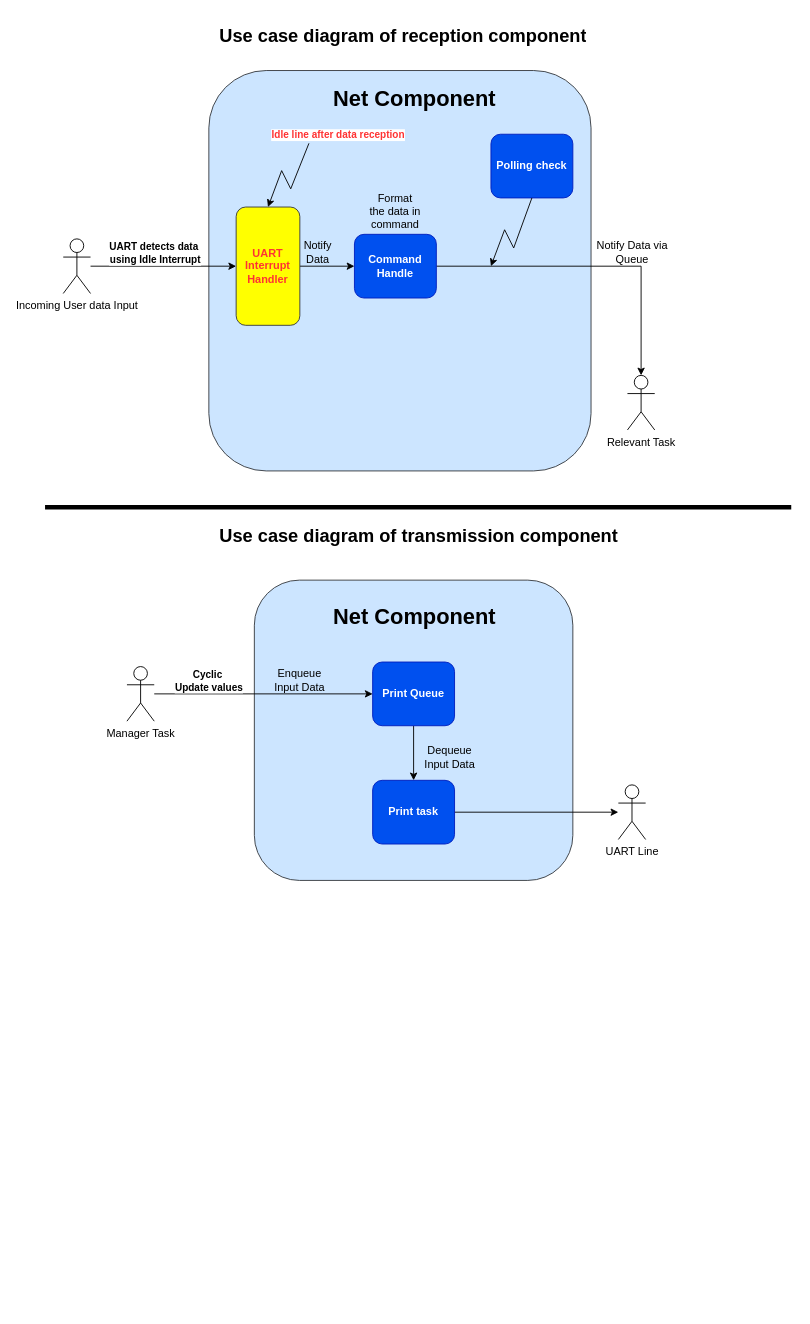
Earlier version of the draw.io diagram resource/Exercise6_AD_Static.drawio (HuynhKhuong/RTOSStudy). Source tidied: cells renumbered, new cells numbered last; positions are measured from the earlier drawing's top-left corner, leaving out a move shared by most shapes. Both pictures are drawn from the tidied source at 91%, with x=0, y=0 at pixel (45, 15).
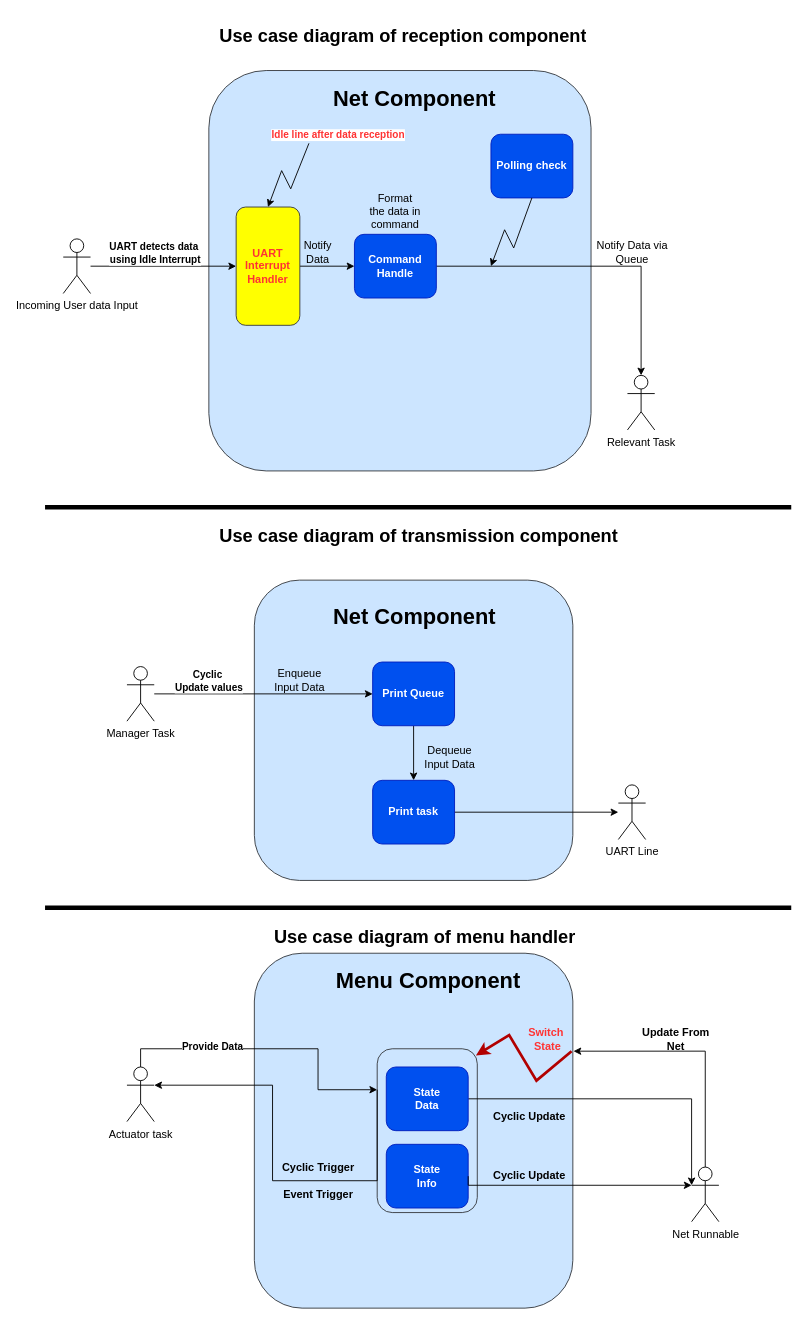
Above is the later version.

Commit message:
Usecase Diagram of Menu Component

The edit, as a diff of the source:
```diff
@@
+    <mxCell id="34" style="rounded=1;whiteSpace=wrap;html=1;fillColor=#cce5ff;strokeColor=#36393d;" parent="1" vertex="1">
+      <mxGeometry x="230" y="1030" width="350" height="390" as="geometry" />
+    </mxCell>
+    <mxCell id="35" style="rounded=1;whiteSpace=wrap;html=1;fillColor=#cce5ff;strokeColor=#36393d;" parent="1" vertex="1">
+      <mxGeometry x="365" y="1135" width="110" height="180" as="geometry" />
+    </mxCell>
@@
+    <mxCell id="36" value="&lt;b&gt;State&lt;/b&gt;&lt;div&gt;&lt;b&gt;Info&lt;/b&gt;&lt;/div&gt;" style="rounded=1;whiteSpace=wrap;html=1;fillColor=#0050ef;strokeColor=#001DBC;fontColor=#ffffff;" parent="1" vertex="1">
+      <mxGeometry x="375" y="1240" width="90" height="70" as="geometry" />
+    </mxCell>
+    <mxCell id="37" style="edgeStyle=orthogonalEdgeStyle;rounded=0;jettySize=auto;html=1;exitX=0.5;exitY=0;exitDx=0;exitDy=0;exitPerimeter=0;entryX=0;entryY=0.25;entryDx=0;entryDy=0;" parent="1" edge="1" source="39" target="35">
+      <mxGeometry relative="1" as="geometry">
+        <Array as="points">
+          <mxPoint x="105" y="1135" />
+          <mxPoint x="300" y="1135" />
+          <mxPoint x="300" y="1180" />
+        </Array>
+      </mxGeometry>
+    </mxCell>
+    <mxCell id="38" value="&lt;b&gt;Provide Data&lt;/b&gt;" style="edgeLabel;html=1;align=center;verticalAlign=middle;" parent="37" vertex="1">
+      <mxGeometry x="-0.4" y="3" relative="1" as="geometry" />
+    </mxCell>
+    <mxCell id="39" value="Actuator task" style="shape=umlActor;verticalLabelPosition=bottom;verticalAlign=top;html=1;outlineConnect=0;" parent="1" vertex="1">
+      <mxGeometry x="90" y="1155" width="30" height="60" as="geometry" />
+    </mxCell>
+    <mxCell id="40" value="Net Runnable" style="shape=umlActor;verticalLabelPosition=bottom;verticalAlign=top;html=1;outlineConnect=0;" parent="1" vertex="1">
+      <mxGeometry x="710.5" y="1265" width="30" height="60" as="geometry" />
+    </mxCell>
+    <mxCell id="41" value="&lt;h1 style=&quot;margin-top: 0px;&quot;&gt;Menu Component&lt;/h1&gt;" style="text;html=1;whiteSpace=wrap;overflow=hidden;rounded=0;" parent="1" vertex="1">
+      <mxGeometry x="317.5" y="1040" width="205" height="40" as="geometry" />
+    </mxCell>
+    <mxCell id="42" value="&lt;h1 style=&quot;margin-top: 0px;&quot;&gt;&lt;font style=&quot;font-size: 20px;&quot;&gt;Use case diagram of menu handler&lt;/font&gt;&lt;/h1&gt;" style="text;html=1;whiteSpace=wrap;overflow=hidden;rounded=0;" parent="1" vertex="1">
+      <mxGeometry x="250" y="990" width="350" height="60" as="geometry" />
+    </mxCell>
+    <mxCell id="43" style="endArrow=none;html=1;rounded=0;strokeWidth=5;" parent="1" edge="1">
+      <mxGeometry relative="1" as="geometry">
+        <mxPoint y="980" as="sourcePoint" />
+        <mxPoint x="820" y="980" as="targetPoint" />
+      </mxGeometry>
+    </mxCell>
+    <mxCell id="44" style="edgeStyle=orthogonalEdgeStyle;rounded=0;jettySize=auto;html=1;exitX=1;exitY=0.5;exitDx=0;exitDy=0;entryX=0;entryY=0.3333333333333333;entryDx=0;entryDy=0;entryPerimeter=0;" parent="1" edge="1" source="45" target="40">
+      <mxGeometry relative="1" as="geometry">
+        <Array as="points">
+          <mxPoint x="710" y="1190" />
+        </Array>
+      </mxGeometry>
+    </mxCell>
+    <mxCell id="45" value="&lt;b&gt;State&lt;/b&gt;&lt;div&gt;&lt;b&gt;Data&lt;/b&gt;&lt;/div&gt;" style="rounded=1;whiteSpace=wrap;html=1;fillColor=#0050ef;strokeColor=#001DBC;fontColor=#ffffff;" parent="1" vertex="1">
+      <mxGeometry x="375" y="1155" width="90" height="70" as="geometry" />
+    </mxCell>
+    <mxCell id="46" value="&lt;b&gt;Cyclic Update&lt;/b&gt;" style="text;html=1;align=center;verticalAlign=middle;whiteSpace=wrap;rounded=0;" parent="1" vertex="1">
+      <mxGeometry x="485" y="1195" width="95" height="30" as="geometry" />
+    </mxCell>
+    <mxCell id="47" style="edgeStyle=orthogonalEdgeStyle;rounded=0;jettySize=auto;html=1;entryX=1.002;entryY=0.276;entryDx=0;entryDy=0;entryPerimeter=0;exitX=0.5;exitY=0;exitDx=0;exitDy=0;exitPerimeter=0;" parent="1" edge="1" source="40" target="34">
+      <mxGeometry relative="1" as="geometry" />
+    </mxCell>
+    <mxCell id="48" style="curved=0;endArrow=classic;html=1;rounded=0;entryX=0.986;entryY=0.041;entryDx=0;entryDy=0;exitX=0.996;exitY=0.276;exitDx=0;exitDy=0;exitPerimeter=0;entryPerimeter=0;fillColor=#e51400;strokeColor=#B20000;strokeWidth=3;" parent="1" edge="1" source="34" target="35">
+      <mxGeometry relative="1" as="geometry">
+        <Array as="points">
+          <mxPoint x="540" y="1170" />
+          <mxPoint x="510" y="1120" />
+        </Array>
+      </mxGeometry>
+    </mxCell>
+    <mxCell id="49" value="&lt;b&gt;Cyclic Trigger&lt;/b&gt;&lt;div&gt;&lt;br&gt;&lt;/div&gt;&lt;div&gt;&lt;b&gt;Event Trigger&lt;/b&gt;&lt;/div&gt;" style="text;html=1;align=center;verticalAlign=middle;whiteSpace=wrap;rounded=0;" parent="1" vertex="1">
+      <mxGeometry x="252.5" y="1265" width="95" height="30" as="geometry" />
+    </mxCell>
+    <mxCell id="50" value="&lt;b&gt;&lt;font style=&quot;color: rgb(255, 51, 51);&quot;&gt;Switch&amp;nbsp;&lt;/font&gt;&lt;/b&gt;&lt;div&gt;&lt;b&gt;&lt;font style=&quot;color: rgb(255, 51, 51);&quot;&gt;State&lt;/font&gt;&lt;/b&gt;&lt;/div&gt;" style="text;html=1;align=center;verticalAlign=middle;whiteSpace=wrap;rounded=0;" parent="1" vertex="1">
+      <mxGeometry x="505" y="1110" width="95" height="30" as="geometry" />
+    </mxCell>
+    <mxCell id="51" value="&lt;b&gt;Update From Net&lt;/b&gt;" style="text;html=1;align=center;verticalAlign=middle;whiteSpace=wrap;rounded=0;" parent="1" vertex="1">
+      <mxGeometry x="645.5" y="1110" width="95" height="30" as="geometry" />
+    </mxCell>
+    <mxCell id="52" style="edgeStyle=orthogonalEdgeStyle;rounded=0;jettySize=auto;html=1;exitX=0;exitY=0.25;exitDx=0;exitDy=0;entryX=1;entryY=0.3333333333333333;entryDx=0;entryDy=0;entryPerimeter=0;" parent="1" edge="1" source="35" target="39">
+      <mxGeometry relative="1" as="geometry">
+        <Array as="points">
+          <mxPoint x="250" y="1280" />
+          <mxPoint x="250" y="1175" />
+        </Array>
+      </mxGeometry>
+    </mxCell>
+    <mxCell id="53" style="edgeStyle=orthogonalEdgeStyle;rounded=0;jettySize=auto;html=1;exitX=1;exitY=0.5;exitDx=0;exitDy=0;entryX=0;entryY=0.3333333333333333;entryDx=0;entryDy=0;entryPerimeter=0;" parent="1" edge="1" source="36" target="40">
+      <mxGeometry relative="1" as="geometry">
+        <Array as="points">
+          <mxPoint x="465" y="1285" />
+        </Array>
+      </mxGeometry>
+    </mxCell>
+    <mxCell id="54" value="&lt;b&gt;Cyclic Update&lt;/b&gt;" style="text;html=1;align=center;verticalAlign=middle;whiteSpace=wrap;rounded=0;" parent="1" vertex="1">
+      <mxGeometry x="485" y="1260" width="95" height="30" as="geometry" />
+    </mxCell>
```
